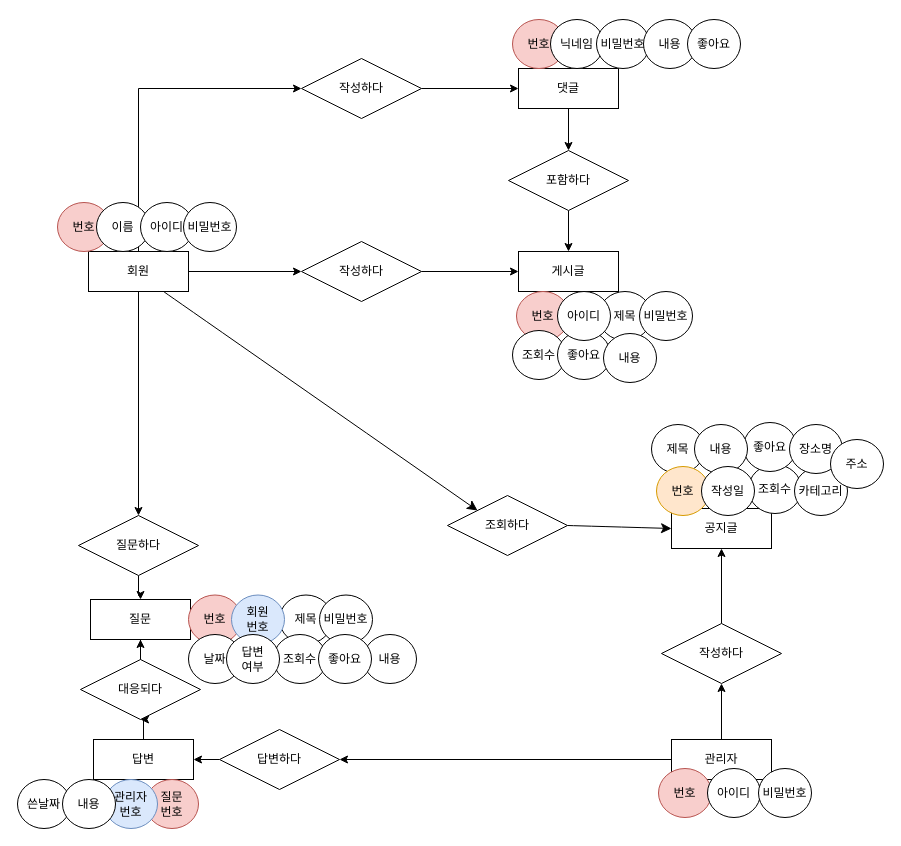
Before: 2조_홀로데이_EDR.drawio in 2023240298-ctrl/semi-project-holoday, a draw.io diagram. Source tidied: cells renumbered, new cells numbered last; positions are measured from the earlier drawing's top-left corner, leaving out a move shared by most shapes. Both pictures are drawn from the tidied source at 100%, with x=0, y=0 at pixel (17, 19).
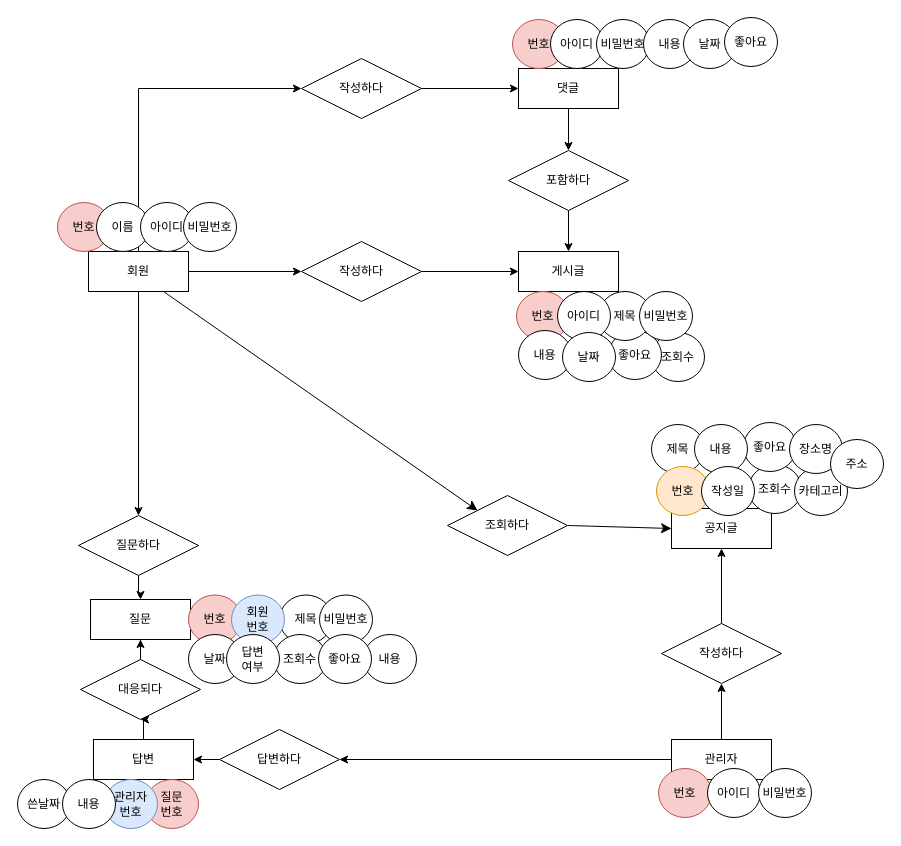
After the change.

Commit message:
2조_홀로데이_EDR.drawio 업데이트

What changed in the source:
```diff
@@
     <mxCell id="55" value="조회수" style="ellipse;whiteSpace=wrap;html=1;align=center;" parent="1" vertex="1">
-      <mxGeometry x="495" y="311" width="53" height="49" as="geometry" />
+      <mxGeometry x="634" y="313" width="53" height="49" as="geometry" />
     </mxCell>
     <mxCell id="56" value="좋아요" style="ellipse;whiteSpace=wrap;html=1;align=center;" parent="1" vertex="1">
-      <mxGeometry x="540" y="311" width="53" height="49" as="geometry" />
+      <mxGeometry x="591" y="311" width="53" height="49" as="geometry" />
     </mxCell>
@@
     <mxCell id="58" value="내용" style="ellipse;whiteSpace=wrap;html=1;align=center;" parent="1" vertex="1">
-      <mxGeometry x="586" y="314" width="53" height="49" as="geometry" />
+      <mxGeometry x="501" y="311" width="53" height="49" as="geometry" />
     </mxCell>
@@
-    <mxCell id="62" value="닉네임" style="ellipse;whiteSpace=wrap;html=1;align=center;" parent="1" vertex="1">
+    <mxCell id="62" value="아이디" style="ellipse;whiteSpace=wrap;html=1;align=center;" parent="1" vertex="1">
       <mxGeometry x="533" width="53" height="49" as="geometry" />
     </mxCell>
@@
-    <mxCell id="65" value="좋아요" style="ellipse;whiteSpace=wrap;html=1;align=center;" parent="1" vertex="1">
-      <mxGeometry x="670" width="53" height="49" as="geometry" />
+    <mxCell id="65" value="날짜" style="ellipse;whiteSpace=wrap;html=1;align=center;" parent="1" vertex="1">
+      <mxGeometry x="666" width="53" height="49" as="geometry" />
     </mxCell>
@@
+    <mxCell id="74" value="날짜" style="ellipse;whiteSpace=wrap;html=1;align=center;" parent="1" vertex="1">
+      <mxGeometry x="545" y="313" width="53" height="49" as="geometry" />
+    </mxCell>
+    <mxCell id="75" value="좋아요" style="ellipse;whiteSpace=wrap;html=1;align=center;" parent="1" vertex="1">
+      <mxGeometry x="707" y="-2" width="53" height="49" as="geometry" />
+    </mxCell>
```
